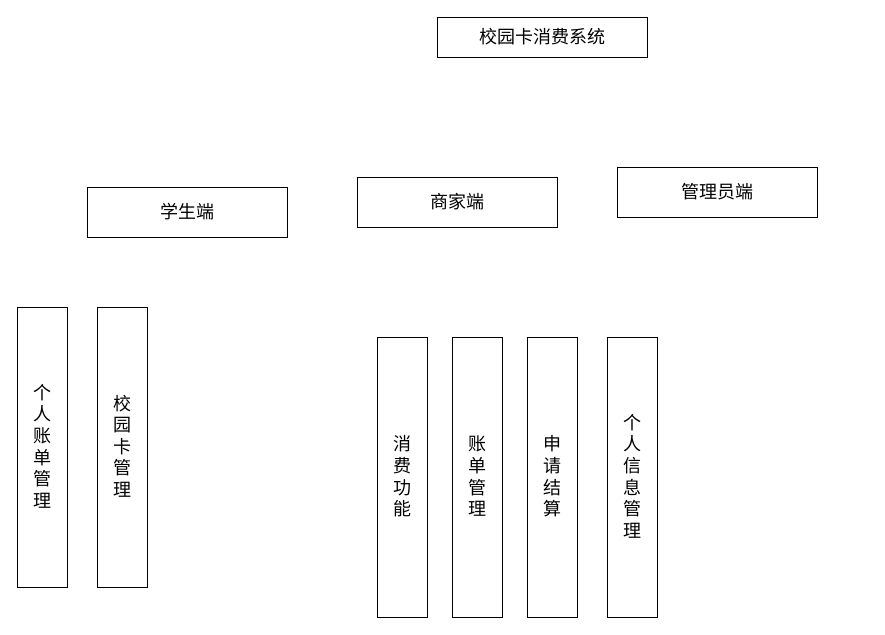
This is ER-Charts/模块.drawio from ShiaoYoung/Database-course_design, a draw.io file, before an edit. Source tidied: cells renumbered, new cells numbered last; positions are measured from the earlier drawing's top-left corner, leaving out a move shared by most shapes. Both pictures are drawn from the tidied source at 100%, with x=0, y=0 at pixel (17, 17).
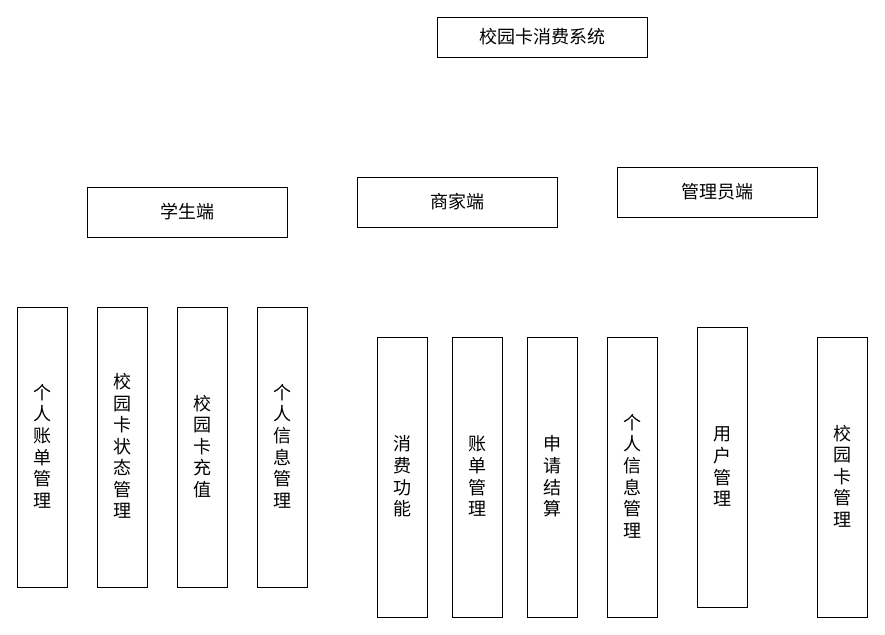
The same page after the edit.

Change to the diagram source:
```diff
@@
 <mxGraphModel>
   <root>
     <mxCell id="0" />
     <mxCell id="1" parent="0" />
     <mxCell id="2" value="&lt;font style=&quot;font-size: 18px;&quot;&gt;校园卡消费系统&lt;/font&gt;" style="rounded=0;whiteSpace=wrap;html=1;" parent="1" vertex="1">
       <mxGeometry x="420" width="210" height="40" as="geometry" />
     </mxCell>
     <mxCell id="3" value="&lt;font style=&quot;font-size: 18px;&quot;&gt;学生端&lt;/font&gt;" style="rounded=0;whiteSpace=wrap;html=1;" parent="1" vertex="1">
       <mxGeometry x="70" y="170" width="200" height="50" as="geometry" />
     </mxCell>
     <mxCell id="4" value="&lt;font style=&quot;font-size: 18px;&quot;&gt;商家端&lt;/font&gt;" style="rounded=0;whiteSpace=wrap;html=1;" parent="1" vertex="1">
       <mxGeometry x="340" y="160" width="200" height="50" as="geometry" />
     </mxCell>
     <mxCell id="5" value="&lt;font style=&quot;font-size: 18px;&quot;&gt;管理员端&lt;/font&gt;" style="rounded=0;whiteSpace=wrap;html=1;" parent="1" vertex="1">
       <mxGeometry x="600" y="150" width="200" height="50" as="geometry" />
     </mxCell>
     <mxCell id="6" value="&lt;font style=&quot;font-size: 18px;&quot;&gt;消&lt;/font&gt;&lt;div&gt;&lt;font style=&quot;font-size: 18px;&quot;&gt;费&lt;/font&gt;&lt;/div&gt;&lt;div&gt;&lt;font style=&quot;font-size: 18px;&quot;&gt;功&lt;/font&gt;&lt;/div&gt;&lt;div&gt;&lt;font style=&quot;font-size: 18px;&quot;&gt;能&lt;/font&gt;&lt;/div&gt;" style="rounded=0;whiteSpace=wrap;html=1;" parent="1" vertex="1">
       <mxGeometry x="360" y="320" width="50" height="280" as="geometry" />
     </mxCell>
     <mxCell id="7" value="&lt;span style=&quot;font-size: 18px;&quot;&gt;账&lt;/span&gt;&lt;div&gt;&lt;span style=&quot;font-size: 18px;&quot;&gt;单&lt;/span&gt;&lt;/div&gt;&lt;div&gt;&lt;span style=&quot;font-size: 18px;&quot;&gt;管&lt;/span&gt;&lt;/div&gt;&lt;div&gt;&lt;span style=&quot;font-size: 18px;&quot;&gt;理&lt;/span&gt;&lt;/div&gt;" style="rounded=0;whiteSpace=wrap;html=1;" parent="1" vertex="1">
       <mxGeometry x="435" y="320" width="50" height="280" as="geometry" />
     </mxCell>
     <mxCell id="8" value="&lt;span style=&quot;font-size: 18px;&quot;&gt;申&lt;/span&gt;&lt;div&gt;&lt;span style=&quot;font-size: 18px;&quot;&gt;请&lt;/span&gt;&lt;/div&gt;&lt;div&gt;&lt;span style=&quot;font-size: 18px;&quot;&gt;结&lt;/span&gt;&lt;/div&gt;&lt;div&gt;&lt;span style=&quot;font-size: 18px;&quot;&gt;算&lt;/span&gt;&lt;/div&gt;" style="rounded=0;whiteSpace=wrap;html=1;" parent="1" vertex="1">
       <mxGeometry x="510" y="320" width="50" height="280" as="geometry" />
     </mxCell>
     <mxCell id="9" value="&lt;span style=&quot;font-size: 18px;&quot;&gt;个&lt;/span&gt;&lt;div&gt;&lt;span style=&quot;font-size: 18px;&quot;&gt;人&lt;/span&gt;&lt;/div&gt;&lt;div&gt;&lt;span style=&quot;font-size: 18px;&quot;&gt;信&lt;/span&gt;&lt;/div&gt;&lt;div&gt;&lt;span style=&quot;font-size: 18px;&quot;&gt;息&lt;/span&gt;&lt;/div&gt;&lt;div&gt;&lt;span style=&quot;font-size: 18px;&quot;&gt;管&lt;/span&gt;&lt;/div&gt;&lt;div&gt;&lt;span style=&quot;font-size: 18px;&quot;&gt;理&lt;/span&gt;&lt;/div&gt;" style="rounded=0;whiteSpace=wrap;html=1;" parent="1" vertex="1">
       <mxGeometry x="590" y="320" width="50" height="280" as="geometry" />
     </mxCell>
     <mxCell id="10" value="&lt;span style=&quot;font-size: 18px;&quot;&gt;个&lt;/span&gt;&lt;div&gt;&lt;span style=&quot;font-size: 18px;&quot;&gt;人&lt;/span&gt;&lt;div&gt;&lt;span style=&quot;font-size: 18px;&quot;&gt;账&lt;/span&gt;&lt;div&gt;&lt;span style=&quot;font-size: 18px;&quot;&gt;单&lt;/span&gt;&lt;/div&gt;&lt;div&gt;&lt;span style=&quot;font-size: 18px;&quot;&gt;管&lt;/span&gt;&lt;/div&gt;&lt;div&gt;&lt;span style=&quot;font-size: 18px;&quot;&gt;理&lt;/span&gt;&lt;/div&gt;&lt;/div&gt;&lt;/div&gt;" style="rounded=0;whiteSpace=wrap;html=1;" parent="1" vertex="1">
       <mxGeometry y="290" width="50" height="280" as="geometry" />
     </mxCell>
-    <mxCell id="11" value="&lt;span style=&quot;font-size: 18px;&quot;&gt;校&lt;/span&gt;&lt;div&gt;&lt;span style=&quot;font-size: 18px;&quot;&gt;园&lt;/span&gt;&lt;/div&gt;&lt;div&gt;&lt;span style=&quot;font-size: 18px;&quot;&gt;卡&lt;/span&gt;&lt;/div&gt;&lt;div&gt;&lt;span style=&quot;font-size: 18px;&quot;&gt;管&lt;/span&gt;&lt;/div&gt;&lt;div&gt;&lt;span style=&quot;font-size: 18px;&quot;&gt;理&lt;/span&gt;&lt;/div&gt;" style="rounded=0;whiteSpace=wrap;html=1;" parent="1" vertex="1">
+    <mxCell id="11" value="&lt;span style=&quot;font-size: 18px;&quot;&gt;校&lt;/span&gt;&lt;div&gt;&lt;span style=&quot;font-size: 18px;&quot;&gt;园&lt;/span&gt;&lt;/div&gt;&lt;div&gt;&lt;span style=&quot;font-size: 18px;&quot;&gt;卡&lt;/span&gt;&lt;/div&gt;&lt;div&gt;&lt;span style=&quot;font-size: 18px;&quot;&gt;状&lt;/span&gt;&lt;/div&gt;&lt;div&gt;&lt;span style=&quot;font-size: 18px;&quot;&gt;态&lt;/span&gt;&lt;/div&gt;&lt;div&gt;&lt;span style=&quot;font-size: 18px;&quot;&gt;管&lt;/span&gt;&lt;/div&gt;&lt;div&gt;&lt;span style=&quot;font-size: 18px;&quot;&gt;理&lt;/span&gt;&lt;/div&gt;" style="rounded=0;whiteSpace=wrap;html=1;" parent="1" vertex="1">
       <mxGeometry x="80" y="290" width="50" height="280" as="geometry" />
     </mxCell>
+    <mxCell id="12" value="&lt;span style=&quot;font-size: 18px;&quot;&gt;校&lt;/span&gt;&lt;div&gt;&lt;span style=&quot;font-size: 18px;&quot;&gt;园&lt;/span&gt;&lt;/div&gt;&lt;div&gt;&lt;span style=&quot;font-size: 18px;&quot;&gt;卡&lt;/span&gt;&lt;/div&gt;&lt;div&gt;&lt;span style=&quot;font-size: 18px;&quot;&gt;充&lt;/span&gt;&lt;/div&gt;&lt;div&gt;&lt;span style=&quot;font-size: 18px; background-color: initial;&quot;&gt;值&lt;/span&gt;&lt;/div&gt;" style="rounded=0;whiteSpace=wrap;html=1;" parent="1" vertex="1">
+      <mxGeometry x="160" y="290" width="50" height="280" as="geometry" />
+    </mxCell>
+    <mxCell id="13" value="&lt;span style=&quot;font-size: 18px;&quot;&gt;个&lt;/span&gt;&lt;div&gt;&lt;span style=&quot;font-size: 18px;&quot;&gt;人&lt;/span&gt;&lt;/div&gt;&lt;div&gt;&lt;span style=&quot;font-size: 18px;&quot;&gt;信&lt;/span&gt;&lt;/div&gt;&lt;div&gt;&lt;span style=&quot;font-size: 18px;&quot;&gt;息&lt;/span&gt;&lt;/div&gt;&lt;div&gt;&lt;span style=&quot;font-size: 18px;&quot;&gt;管&lt;/span&gt;&lt;/div&gt;&lt;div&gt;&lt;span style=&quot;font-size: 18px;&quot;&gt;理&lt;/span&gt;&lt;/div&gt;" style="rounded=0;whiteSpace=wrap;html=1;" parent="1" vertex="1">
+      <mxGeometry x="240" y="290" width="50" height="280" as="geometry" />
+    </mxCell>
+    <mxCell id="14" value="&lt;span style=&quot;font-size: 18px;&quot;&gt;用&lt;/span&gt;&lt;div&gt;&lt;span style=&quot;font-size: 18px;&quot;&gt;户&lt;/span&gt;&lt;/div&gt;&lt;div&gt;&lt;span style=&quot;font-size: 18px;&quot;&gt;管&lt;/span&gt;&lt;/div&gt;&lt;div&gt;&lt;span style=&quot;font-size: 18px;&quot;&gt;理&lt;/span&gt;&lt;/div&gt;" style="rounded=0;whiteSpace=wrap;html=1;" parent="1" vertex="1">
+      <mxGeometry x="680" y="310" width="50" height="280" as="geometry" />
+    </mxCell>
+    <mxCell id="15" value="&lt;span style=&quot;font-size: 18px;&quot;&gt;校&lt;/span&gt;&lt;div&gt;&lt;span style=&quot;font-size: 18px;&quot;&gt;园&lt;/span&gt;&lt;/div&gt;&lt;div&gt;&lt;span style=&quot;font-size: 18px;&quot;&gt;卡&lt;/span&gt;&lt;/div&gt;&lt;div&gt;&lt;span style=&quot;font-size: 18px;&quot;&gt;管&lt;/span&gt;&lt;/div&gt;&lt;div&gt;&lt;span style=&quot;font-size: 18px;&quot;&gt;理&lt;/span&gt;&lt;/div&gt;" style="rounded=0;whiteSpace=wrap;html=1;" parent="1" vertex="1">
+      <mxGeometry x="800" y="320" width="50" height="280" as="geometry" />
+    </mxCell>
   </root>
 </mxGraphModel>
```
